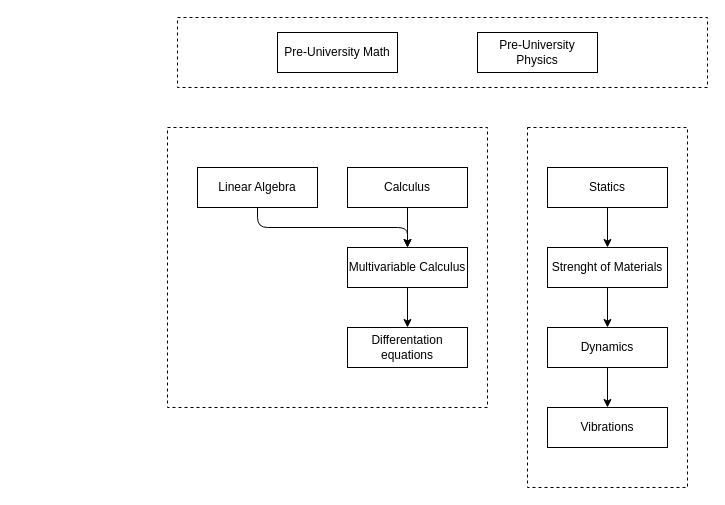
Earlier version of the draw.io diagram assets/index/courses.drawio (balint-k/mechanical_engineering). Source tidied: cells renumbered, new cells numbered last; positions are measured from the earlier drawing's top-left corner, leaving out a move shared by most shapes. Both pictures are drawn from the tidied source at 100%, with x=0, y=0 at pixel (167, 17).
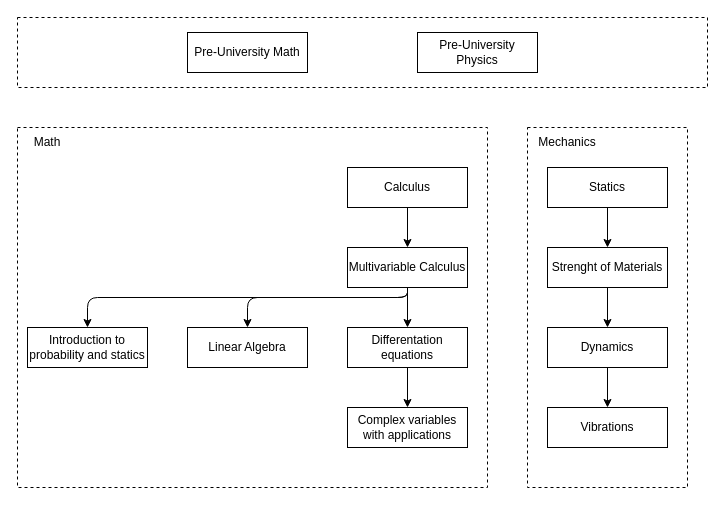
After the change.

Commit message (it also covers changes not shown here):
updated course graph

Unchanged cells that the change refers to:
```xml
<mxCell id="16" value="Multivariable Calculus" style="rounded=0;whiteSpace=wrap;html=1;" parent="1" vertex="1">
  <mxGeometry x="180" y="230" width="120" height="40" as="geometry" />
</mxCell>
<mxCell id="17" value="Differentation equations" style="rounded=0;whiteSpace=wrap;html=1;" parent="1" vertex="1">
  <mxGeometry x="180" y="310" width="120" height="40" as="geometry" />
</mxCell>
```

Change to the diagram source:
```diff
@@
     <mxCell id="3" style="rounded=0;whiteSpace=wrap;html=1;fillColor=none;dashed=1;" parent="1" vertex="1">
-      <mxGeometry y="110" width="320" height="280" as="geometry" />
+      <mxGeometry x="-150" y="110" width="470" height="360" as="geometry" />
     </mxCell>
@@
-    <mxCell id="13" style="edgeStyle=orthogonalEdgeStyle;html=1;entryX=0.5;entryY=0;entryDx=0;entryDy=0;" parent="1" edge="1" source="14" target="16">
-      <mxGeometry relative="1" as="geometry">
-        <Array as="points">
-          <mxPoint x="90" y="210" />
-          <mxPoint x="240" y="210" />
-        </Array>
-      </mxGeometry>
-    </mxCell>
-    <mxCell id="14" value="Linear Algebra" style="rounded=0;whiteSpace=wrap;html=1;" parent="1" vertex="1">
-      <mxGeometry x="30" y="150" width="120" height="40" as="geometry" />
-    </mxCell>
-    <mxCell id="15" style="edgeStyle=orthogonalEdgeStyle;html=1;" parent="1" edge="1" source="16" target="17">
+    <mxCell id="15" style="edgeStyle=orthogonalEdgeStyle;html=1;startArrow=none;" parent="1" edge="1" source="16" target="17">
       <mxGeometry relative="1" as="geometry" />
     </mxCell>
+    <mxCell id="21" style="edgeStyle=orthogonalEdgeStyle;html=1;" parent="1" edge="1" source="16" target="14">
+      <mxGeometry relative="1" as="geometry">
+        <Array as="points">
+          <mxPoint x="240" y="280" />
+          <mxPoint x="80" y="280" />
+        </Array>
+      </mxGeometry>
+    </mxCell>
+    <mxCell id="22" style="edgeStyle=orthogonalEdgeStyle;html=1;" parent="1" edge="1" source="16" target="25">
+      <mxGeometry relative="1" as="geometry">
+        <Array as="points">
+          <mxPoint x="240" y="280" />
+          <mxPoint x="-80" y="280" />
+        </Array>
+      </mxGeometry>
+    </mxCell>
@@
+    <mxCell id="23" style="edgeStyle=orthogonalEdgeStyle;html=1;" parent="1" edge="1" source="17" target="24">
+      <mxGeometry relative="1" as="geometry" />
+    </mxCell>
@@
     <mxCell id="18" style="rounded=0;whiteSpace=wrap;html=1;fillColor=none;dashed=1;" parent="1" vertex="1">
-      <mxGeometry x="10" width="530" height="70" as="geometry" />
+      <mxGeometry x="-150" width="690" height="70" as="geometry" />
     </mxCell>
     <mxCell id="19" value="Pre-University Math" style="rounded=0;whiteSpace=wrap;html=1;" parent="1" vertex="1">
-      <mxGeometry x="110" y="15" width="120" height="40" as="geometry" />
+      <mxGeometry x="20" y="15" width="120" height="40" as="geometry" />
     </mxCell>
     <mxCell id="20" value="Pre-University Physics" style="rounded=0;whiteSpace=wrap;html=1;" parent="1" vertex="1">
-      <mxGeometry x="310" y="15" width="120" height="40" as="geometry" />
+      <mxGeometry x="250" y="15" width="120" height="40" as="geometry" />
     </mxCell>
+    <mxCell id="14" value="Linear Algebra" style="rounded=0;whiteSpace=wrap;html=1;" parent="1" vertex="1">
+      <mxGeometry x="20" y="310" width="120" height="40" as="geometry" />
+    </mxCell>
+    <mxCell id="24" value="Complex variables with applications" style="rounded=0;whiteSpace=wrap;html=1;" parent="1" vertex="1">
+      <mxGeometry x="180" y="390" width="120" height="40" as="geometry" />
+    </mxCell>
+    <mxCell id="25" value="Introduction to probability and statics" style="rounded=0;whiteSpace=wrap;html=1;" parent="1" vertex="1">
+      <mxGeometry x="-140" y="310" width="120" height="40" as="geometry" />
+    </mxCell>
+    <mxCell id="26" value="Math" style="text;html=1;strokeColor=none;fillColor=none;align=center;verticalAlign=middle;whiteSpace=wrap;rounded=0;" parent="1" vertex="1">
+      <mxGeometry x="-150" y="110" width="60" height="30" as="geometry" />
+    </mxCell>
+    <mxCell id="27" value="Mechanics" style="text;html=1;strokeColor=none;fillColor=none;align=center;verticalAlign=middle;whiteSpace=wrap;rounded=0;" parent="1" vertex="1">
+      <mxGeometry x="370" y="110" width="60" height="30" as="geometry" />
+    </mxCell>
```
